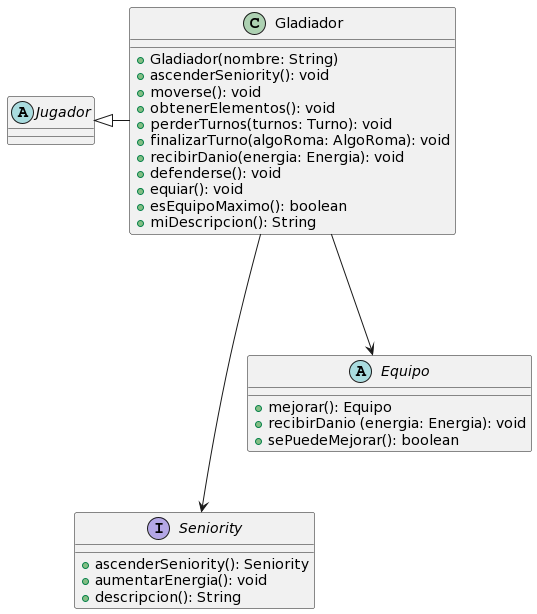
The PlantUML diagram diagrams/classes/DiagramasAlgoRoma/Gladiador.png in CrissRMFI/TP2-AlgoIII, before a commit. Source of this version:
```plantuml
@startuml
interface Seniority {
    + ascenderSeniority(): Seniority
    + aumentarEnergia(): void
    + descripcion(): String
}

Gladiador ----> Seniority
Gladiador ---> Equipo
abstract class Equipo {
    + mejorar(): Equipo
    + recibirDanio (energia: Energia): void
    + sePuedeMejorar(): boolean

}
abstract class Jugador {
}
Jugador <|- Gladiador
class Gladiador {

    + Gladiador(nombre: String)
    + ascenderSeniority(): void
    + moverse(): void
    + obtenerElementos(): void
    + perderTurnos(turnos: Turno): void
    + finalizarTurno(algoRoma: AlgoRoma): void
    + recibirDanio(energia: Energia): void
    + defenderse(): void
    + equiar(): void
    + esEquipoMaximo(): boolean
    + miDescripcion(): String

}
@enduml
```
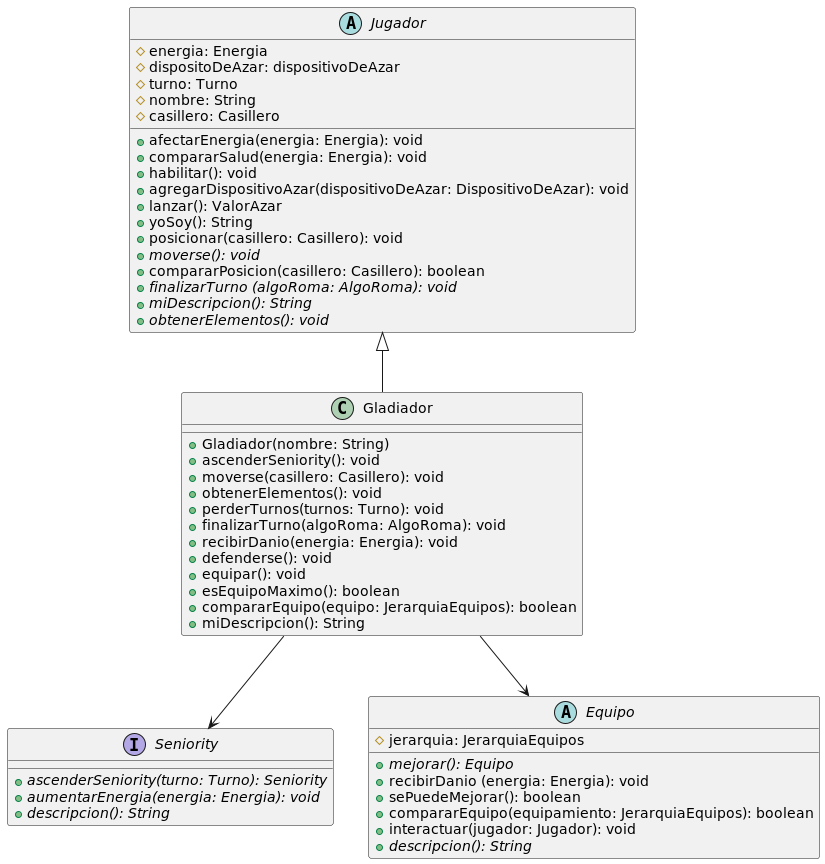
Above is the later version.

The edit, as a diff of the source:
```diff
@@ -1,34 +1,61 @@
-@startuml
-interface Seniority {
-    + ascenderSeniority(): Seniority
-    + aumentarEnergia(): void
-    + descripcion(): String
-}
+@startuml Gladiador
 
-Gladiador ----> Seniority
-Gladiador ---> Equipo
-abstract class Equipo {
-    + mejorar(): Equipo
-    + recibirDanio (energia: Energia): void
-    + sePuedeMejorar(): boolean
-
-}
-abstract class Jugador {
-}
-Jugador <|- Gladiador
 class Gladiador {
-
     + Gladiador(nombre: String)
     + ascenderSeniority(): void
-    + moverse(): void
+    + moverse(casillero: Casillero): void
     + obtenerElementos(): void
     + perderTurnos(turnos: Turno): void
     + finalizarTurno(algoRoma: AlgoRoma): void
     + recibirDanio(energia: Energia): void
     + defenderse(): void
-    + equiar(): void
+    + equipar(): void
     + esEquipoMaximo(): boolean
+    + compararEquipo(equipo: JerarquiaEquipos): boolean
     + miDescripcion(): String
+}
 
+
+abstract class Jugador{
+    #energia: Energia
+    #dispositoDeAzar: dispositivoDeAzar
+    #turno: Turno
+    #nombre: String
+    #casillero: Casillero
+    +afectarEnergia(energia: Energia): void
+    +compararSalud(energia: Energia): void
+    +habilitar(): void
+    +agregarDispositivoAzar(dispositivoDeAzar: DispositivoDeAzar): void
+    +lanzar(): ValorAzar
+    +yoSoy(): String
+    +posicionar(casillero: Casillero): void
+    +{abstract}moverse(): void
+    +compararPosicion(casillero: Casillero): boolean
+    +{abstract}finalizarTurno (algoRoma: AlgoRoma): void
+    +{abstract}miDescripcion(): String
+    +{abstract}obtenerElementos(): void
 }
+
+
+interface Seniority {
+    + {abstract}ascenderSeniority(turno: Turno): Seniority
+    + {abstract}aumentarEnergia(energia: Energia): void
+    + {abstract}descripcion(): String
+}
+
+abstract class Equipo {
+    # jerarquia: JerarquiaEquipos
+    + {abstract} mejorar(): Equipo
+    + recibirDanio (energia: Energia): void
+    + sePuedeMejorar(): boolean
+    + compararEquipo(equipamiento: JerarquiaEquipos): boolean
+    + interactuar(jugador: Jugador): void
+    + {abstract} descripcion(): String
+}
+
+Jugador <|-- Gladiador
+
+Gladiador --> Seniority
+Gladiador --> Equipo
+
 @enduml
```
